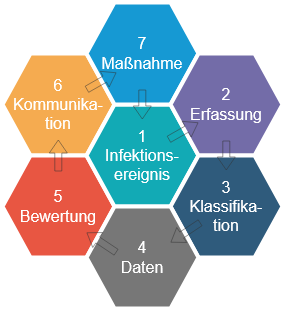
jakobschumacher/infectious-disease-surveillance keeps this draw.io diagram as img/Surveillanceschritte.drawio.png. Above is the earlier version. Source tidied: cells renumbered, new cells last; positions are measured from the earlier drawing's top-left corner, leaving out a move shared by most shapes.
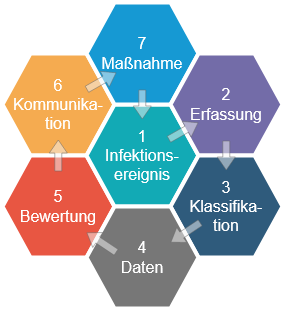
After the commit.

The edit, as a diff of the source:
```diff
@@ -23,43 +23,43 @@
     <mxCell id="8" value="&lt;div&gt;4&lt;/div&gt;&lt;div&gt;Daten&lt;br&gt;&lt;/div&gt;" style="shape=hexagon;strokeWidth=4;html=1;fillColor=#777777;strokeColor=#ffffff;shadow=0;fontSize=16;fontColor=#FFFFFF;align=center;fontStyle=0;whiteSpace=wrap;spacing=10;rounded=0;" parent="1" vertex="1">
       <mxGeometry x="84" y="204" width="112" height="102" as="geometry" />
     </mxCell>
-    <mxCell id="9" style="shape=flexArrow;endArrow=classic;html=1;rounded=0;endWidth=10;endSize=4.0095238095238095;width=7;opacity=50;strokeColor=#333333;startWidth=20;" parent="1" edge="1">
+    <mxCell id="9" style="shape=flexArrow;endArrow=classic;html=1;rounded=0;endWidth=10;endSize=4.0095238095238095;width=7;opacity=50;strokeColor=#666666;startWidth=20;fillColor=#f5f5f5;" parent="1" edge="1">
       <mxGeometry relative="1" as="geometry">
         <mxPoint x="166" y="137" as="sourcePoint" />
         <mxPoint x="196" y="120" as="targetPoint" />
       </mxGeometry>
     </mxCell>
-    <mxCell id="10" style="shape=flexArrow;endArrow=classic;html=1;rounded=0;endWidth=10;endSize=4.0095238095238095;width=7;opacity=50;strokeColor=#333333;startWidth=20;" parent="1" edge="1">
+    <mxCell id="10" style="shape=flexArrow;endArrow=classic;html=1;rounded=0;endWidth=10;endSize=4.0095238095238095;width=7;opacity=50;strokeColor=#666666;startWidth=20;fillColor=#f5f5f5;" parent="1" edge="1">
       <mxGeometry relative="1" as="geometry">
         <mxPoint x="55.8" y="169" as="sourcePoint" />
         <mxPoint x="55.8" y="137" as="targetPoint" />
       </mxGeometry>
     </mxCell>
-    <mxCell id="11" style="shape=flexArrow;endArrow=classic;html=1;rounded=0;endWidth=10;endSize=4.0095238095238095;width=7;opacity=50;strokeColor=#333333;startWidth=20;" parent="1" edge="1">
+    <mxCell id="11" style="shape=flexArrow;endArrow=classic;html=1;rounded=0;endWidth=10;endSize=4.0095238095238095;width=7;opacity=50;strokeColor=#666666;startWidth=20;fillColor=#f5f5f5;" parent="1" edge="1">
       <mxGeometry relative="1" as="geometry">
         <mxPoint x="198" y="220" as="sourcePoint" />
         <mxPoint x="168" y="240" as="targetPoint" />
       </mxGeometry>
     </mxCell>
-    <mxCell id="12" style="shape=flexArrow;endArrow=classic;html=1;rounded=0;endWidth=10;endSize=4.0095238095238095;width=7;opacity=50;strokeColor=#333333;startWidth=20;" parent="1" edge="1">
+    <mxCell id="12" style="shape=flexArrow;endArrow=classic;html=1;rounded=0;endWidth=10;endSize=4.0095238095238095;width=7;opacity=50;strokeColor=#666666;startWidth=20;fillColor=#f5f5f5;" parent="1" edge="1">
       <mxGeometry relative="1" as="geometry">
         <mxPoint x="114" y="250" as="sourcePoint" />
         <mxPoint x="84" y="230" as="targetPoint" />
       </mxGeometry>
     </mxCell>
-    <mxCell id="13" style="shape=flexArrow;endArrow=classic;html=1;rounded=0;endWidth=10;endSize=4.0095238095238095;width=7;opacity=50;strokeColor=#333333;startWidth=20;" parent="1" edge="1">
+    <mxCell id="13" style="shape=flexArrow;endArrow=classic;html=1;rounded=0;endWidth=10;endSize=4.0095238095238095;width=7;opacity=50;strokeColor=#666666;startWidth=20;fillColor=#f5f5f5;" parent="1" edge="1">
       <mxGeometry relative="1" as="geometry">
         <mxPoint x="223.8" y="138" as="sourcePoint" />
         <mxPoint x="223.8" y="168" as="targetPoint" />
       </mxGeometry>
     </mxCell>
-    <mxCell id="14" style="shape=flexArrow;endArrow=classic;html=1;rounded=0;endWidth=10;endSize=4.0095238095238095;width=7;opacity=50;strokeColor=#333333;startWidth=20;" parent="1" edge="1">
+    <mxCell id="14" style="shape=flexArrow;endArrow=classic;html=1;rounded=0;endWidth=10;endSize=4.0095238095238095;width=7;opacity=50;strokeColor=#666666;startWidth=20;fillColor=#f5f5f5;" parent="1" edge="1">
       <mxGeometry relative="1" as="geometry">
         <mxPoint x="139.8" y="87" as="sourcePoint" />
         <mxPoint x="139.8" y="117" as="targetPoint" />
       </mxGeometry>
     </mxCell>
-    <mxCell id="15" style="shape=flexArrow;endArrow=classic;html=1;rounded=0;endWidth=10;endSize=4.0095238095238095;width=7;opacity=50;strokeColor=#333333;startWidth=20;" parent="1" edge="1">
+    <mxCell id="15" style="shape=flexArrow;endArrow=classic;html=1;rounded=0;endWidth=10;endSize=4.0095238095238095;width=7;opacity=50;strokeColor=#666666;startWidth=20;fillColor=#f5f5f5;" parent="1" edge="1">
       <mxGeometry relative="1" as="geometry">
         <mxPoint x="84" y="87" as="sourcePoint" />
         <mxPoint x="114" y="70" as="targetPoint" />
```
